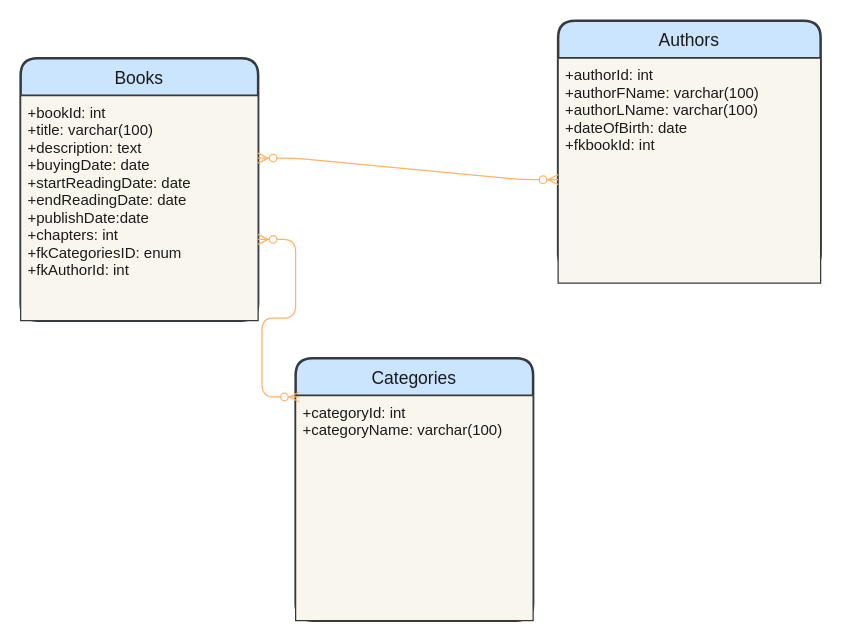
The draw.io diagram Shahpar/bookClass.drawio in ShahparShabani/FE21-DBDev-MySql-DAY1-Laura-Shahpar, before the edit. Source tidied: cells renumbered, new cells numbered last; positions are measured from the earlier drawing's top-left corner, leaving out a move shared by most shapes. Both pictures are drawn from the tidied source at 125%, with x=0, y=0 at pixel (20, 20).
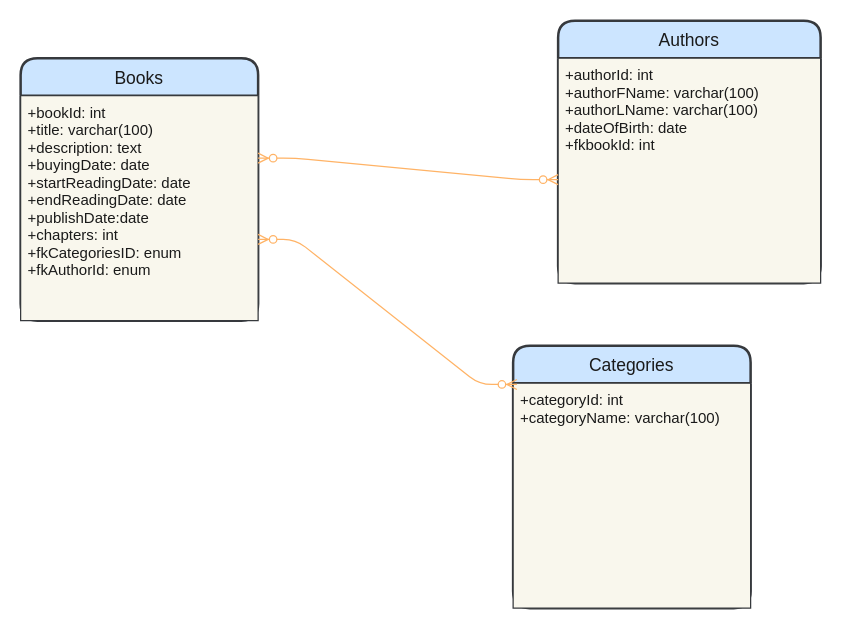
Above is the later version.

Diff of the diagram source:
```diff
@@
 <mxGraphModel>
   <root>
     <mxCell id="0" />
     <mxCell id="1" parent="0" />
     <mxCell id="2" value="Books" style="swimlane;horizontal=1;startSize=30;rounded=1;fontSize=14;fontStyle=0;strokeWidth=2;shadow=0;dashed=0;align=center;fillColor=#cce5ff;strokeColor=#36393d;fontColor=#1A1A1A;" parent="1" vertex="1">
       <mxGeometry y="30" width="190" height="210" as="geometry" />
     </mxCell>
-    <mxCell id="3" value="+bookId: int&#10;+title: varchar(100)&#10;+description: text&#10;+buyingDate: date&#10;+startReadingDate: date&#10;+endReadingDate: date&#10;+publishDate:date&#10;+chapters: int&#10;+fkCategoriesID: enum&#10;+fkAuthorId: int&#10;" style="align=left;strokeColor=#36393d;fillColor=#f9f7ed;spacingLeft=4;fontSize=12;verticalAlign=top;fontColor=#1A1A1A;" parent="2" vertex="1">
-      <mxGeometry y="30" width="190" height="180" as="geometry" />
-    </mxCell>
-    <mxCell id="4" style="align=left;strokeColor=#36393d;fillColor=#f9f7ed;spacingLeft=4;fontSize=12;verticalAlign=top;fontColor=#1A1A1A;" parent="2" vertex="1">
-      <mxGeometry y="210" width="190" as="geometry" />
-    </mxCell>
+    <mxCell id="14" value="+bookId: int&#10;+title: varchar(100)&#10;+description: text&#10;+buyingDate: date&#10;+startReadingDate: date&#10;+endReadingDate: date&#10;+publishDate:date&#10;+chapters: int&#10;+fkCategoriesID: enum&#10;+fkAuthorId: enum" style="align=left;strokeColor=#36393d;fillColor=#f9f7ed;spacingLeft=4;fontSize=12;verticalAlign=top;fontColor=#1A1A1A;" parent="2" vertex="1">
+      <mxGeometry y="30" width="190" height="180" as="geometry" />
+    </mxCell>
+    <mxCell id="15" style="align=left;strokeColor=#36393d;fillColor=#f9f7ed;spacingLeft=4;fontSize=12;verticalAlign=top;fontColor=#1A1A1A;" parent="2" vertex="1">
+      <mxGeometry y="210" width="190" as="geometry" />
+    </mxCell>
     <mxCell id="5" value="Authors" style="swimlane;horizontal=1;startSize=30;rounded=1;fontSize=14;fontStyle=0;strokeWidth=2;shadow=0;dashed=0;align=center;fillColor=#cce5ff;strokeColor=#36393d;fontColor=#1A1A1A;" parent="1" vertex="1">
-      <mxGeometry x="430" width="210" height="200" as="geometry" />
+      <mxGeometry x="430" width="210" height="210" as="geometry" />
     </mxCell>
     <mxCell id="6" value="+authorId: int&#10;+authorFName: varchar(100)&#10;+authorLName: varchar(100)&#10;+dateOfBirth: date&#10;+fkbookId: int" style="align=left;strokeColor=#36393d;fillColor=#f9f7ed;spacingLeft=4;fontSize=12;verticalAlign=top;fontColor=#1A1A1A;" parent="5" vertex="1">
       <mxGeometry y="30" width="210" height="180" as="geometry" />
     </mxCell>
-    <mxCell id="7" style="align=left;strokeColor=#36393d;fillColor=#f9f7ed;spacingLeft=4;fontSize=12;verticalAlign=top;fontColor=#1A1A1A;" parent="5" vertex="1">
-      <mxGeometry y="210" width="210" height="-10" as="geometry" />
-    </mxCell>
+    <mxCell id="16" style="align=left;strokeColor=#36393d;fillColor=#f9f7ed;spacingLeft=4;fontSize=12;verticalAlign=top;fontColor=#1A1A1A;" parent="5" vertex="1">
+      <mxGeometry y="210" width="210" as="geometry" />
+    </mxCell>
     <mxCell id="8" style="edgeStyle=orthogonalEdgeStyle;rounded=0;orthogonalLoop=1;jettySize=auto;html=1;exitX=0.5;exitY=1;exitDx=0;exitDy=0;fontColor=#1A1A1A;" parent="5" edge="1" source="6" target="6">
       <mxGeometry relative="1" as="geometry" />
     </mxCell>
     <mxCell id="9" value="Categories" style="swimlane;horizontal=1;startSize=30;rounded=1;fontSize=14;fontStyle=0;strokeWidth=2;shadow=0;dashed=0;align=center;fillColor=#cce5ff;strokeColor=#36393d;fontColor=#1A1A1A;" parent="1" vertex="1">
-      <mxGeometry x="220" y="270" width="190" height="210" as="geometry" />
+      <mxGeometry x="394" y="260" width="190" height="210" as="geometry" />
     </mxCell>
     <mxCell id="10" value="+categoryId: int&#10;+categoryName: varchar(100)&#10;&#10;" style="align=left;strokeColor=#36393d;fillColor=#f9f7ed;spacingLeft=4;fontSize=12;verticalAlign=top;fontColor=#1A1A1A;" parent="9" vertex="1">
       <mxGeometry y="30" width="190" height="180" as="geometry" />
     </mxCell>
-    <mxCell id="11" style="align=left;strokeColor=#36393d;fillColor=#f9f7ed;spacingLeft=4;fontSize=12;verticalAlign=top;fontColor=#1A1A1A;" parent="9" vertex="1">
-      <mxGeometry y="210" width="190" as="geometry" />
-    </mxCell>
-    <mxCell id="12" style="edgeStyle=entityRelationEdgeStyle;fontSize=12;html=1;endArrow=ERzeroToMany;endFill=1;startArrow=ERzeroToMany;fontColor=#1A1A1A;entryX=0.016;entryY=0.148;entryDx=0;entryDy=0;entryPerimeter=0;fillColor=#ffff88;strokeColor=#FFB366;" parent="1" edge="1" target="9">
-      <mxGeometry relative="1" as="geometry">
-        <mxPoint x="190" y="175" as="sourcePoint" />
-      </mxGeometry>
-    </mxCell>
-    <mxCell id="13" style="edgeStyle=entityRelationEdgeStyle;fontSize=12;html=1;endArrow=ERzeroToMany;endFill=1;startArrow=ERzeroToMany;fontColor=#1A1A1A;entryX=0;entryY=0.54;entryDx=0;entryDy=0;entryPerimeter=0;strokeColor=#FFB366;" parent="1" edge="1" target="6">
-      <mxGeometry relative="1" as="geometry">
-        <mxPoint x="190" y="110" as="sourcePoint" />
-      </mxGeometry>
-    </mxCell>
+    <mxCell id="17" style="align=left;strokeColor=#36393d;fillColor=#f9f7ed;spacingLeft=4;fontSize=12;verticalAlign=top;fontColor=#1A1A1A;" parent="9" vertex="1">
+      <mxGeometry y="210" width="190" as="geometry" />
+    </mxCell>
+    <mxCell id="18" style="edgeStyle=entityRelationEdgeStyle;fontSize=12;html=1;endArrow=ERzeroToMany;endFill=1;startArrow=ERzeroToMany;fontColor=#1A1A1A;entryX=0.016;entryY=0.148;entryDx=0;entryDy=0;entryPerimeter=0;fillColor=#ffff88;strokeColor=#FFB366;" parent="1" edge="1" target="9">
+      <mxGeometry relative="1" as="geometry">
+        <mxPoint x="190" y="175" as="sourcePoint" />
+      </mxGeometry>
+    </mxCell>
+    <mxCell id="19" style="edgeStyle=entityRelationEdgeStyle;fontSize=12;html=1;endArrow=ERzeroToMany;endFill=1;startArrow=ERzeroToMany;fontColor=#1A1A1A;entryX=0;entryY=0.54;entryDx=0;entryDy=0;entryPerimeter=0;strokeColor=#FFB366;" parent="1" edge="1" target="6">
+      <mxGeometry relative="1" as="geometry">
+        <mxPoint x="190" y="110" as="sourcePoint" />
+      </mxGeometry>
+    </mxCell>
   </root>
 </mxGraphModel>
```
